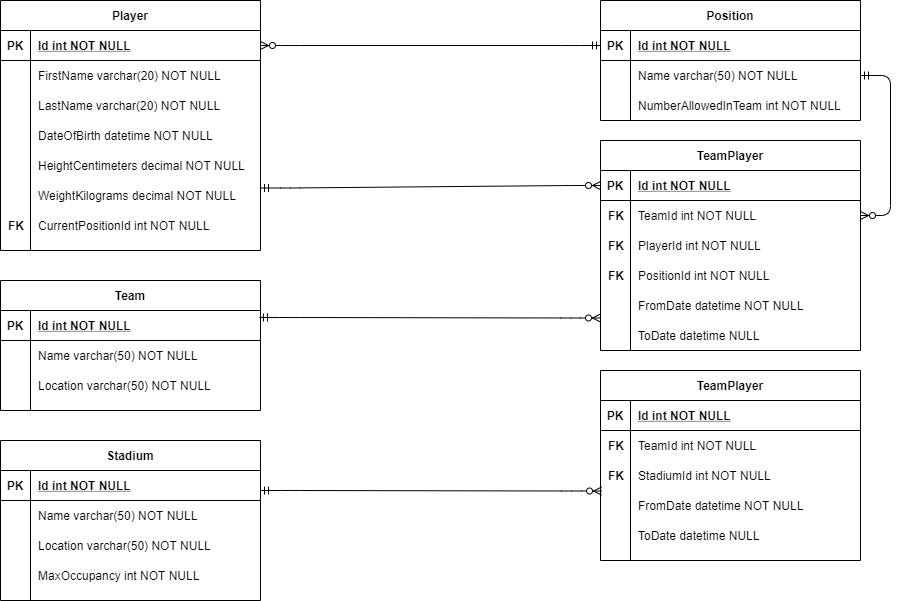
Above: db_diagram.png in rushil-ojageer/rugbyunionmanagementsystem (draw.io), before the change. Source tidied: cells renumbered, new cells last; positions are measured from the earlier drawing's top-left corner, leaving out a move shared by most shapes.
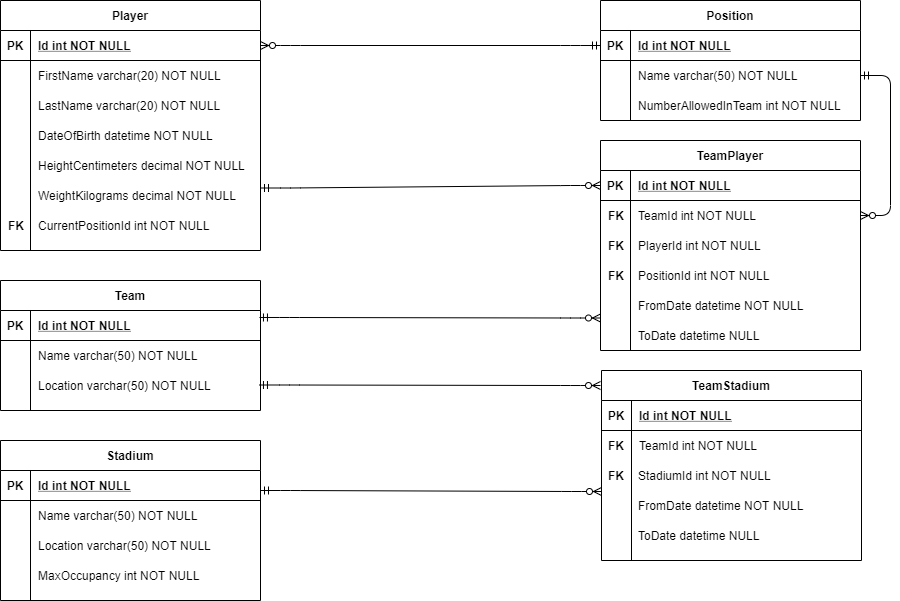
The same file after the commit.

Diff of the diagram source:
```diff
@@ -172,8 +172,8 @@
         <mxPoint x="600" y="317.5" as="targetPoint" />
       </mxGeometry>
     </mxCell>
-    <mxCell id="58" value="TeamPlayer" style="shape=table;startSize=30;rowLines=0;fontStyle=1;align=center;" parent="1" vertex="1">
-      <mxGeometry x="600" y="370" width="260" height="190" as="geometry" />
+    <mxCell id="58" value="TeamStadium" style="shape=table;startSize=30;rowLines=0;fontStyle=1;align=center;" parent="1" vertex="1">
+      <mxGeometry x="601" y="370" width="260" height="190" as="geometry" />
     </mxCell>
     <mxCell id="59" style="shape=partialRectangle;fillColor=none;top=0;left=0;right=0;bottom=1;" parent="58" vertex="1">
       <mxGeometry y="30" width="260" height="30" as="geometry" />
@@ -208,11 +208,17 @@
     <mxCell id="69" value="FK" style="shape=partialRectangle;overflow=hidden;fillColor=none;top=0;left=0;bottom=0;right=0;align=left;spacingLeft=6;fontStyle=1;" parent="1" vertex="1">
       <mxGeometry x="600" y="460" width="30" height="30" as="geometry" />
     </mxCell>
-    <mxCell id="70" style="edgeStyle=entityRelationEdgeStyle;endArrow=ERzeroToMany;startArrow=ERmandOne;endFill=1;startFill=0;exitX=0.996;exitY=0.233;exitDx=0;exitDy=0;entryX=0;entryY=0.5;entryDx=0;entryDy=0;exitPerimeter=0;" parent="1" edge="1">
+    <mxCell id="70" style="edgeStyle=entityRelationEdgeStyle;endArrow=ERzeroToMany;startArrow=ERmandOne;endFill=1;startFill=0;exitX=0.996;exitY=0.233;exitDx=0;exitDy=0;exitPerimeter=0;" parent="1" edge="1">
       <mxGeometry relative="1" as="geometry">
         <mxPoint x="260" y="490" as="sourcePoint" />
-        <mxPoint x="601" y="490.5" as="targetPoint" />
+        <mxPoint x="601" y="491" as="targetPoint" />
       </mxGeometry>
     </mxCell>
+    <mxCell id="71" style="edgeStyle=entityRelationEdgeStyle;endArrow=ERzeroToMany;startArrow=ERmandOne;endFill=1;startFill=0;exitX=0.996;exitY=0.233;exitDx=0;exitDy=0;entryX=0;entryY=0.5;entryDx=0;entryDy=0;exitPerimeter=0;" parent="1" edge="1">
+      <mxGeometry relative="1" as="geometry">
+        <mxPoint x="259" y="384.5" as="sourcePoint" />
+        <mxPoint x="600" y="385" as="targetPoint" />
+      </mxGeometry>
+    </mxCell>
   </root>
 </mxGraphModel>
```
